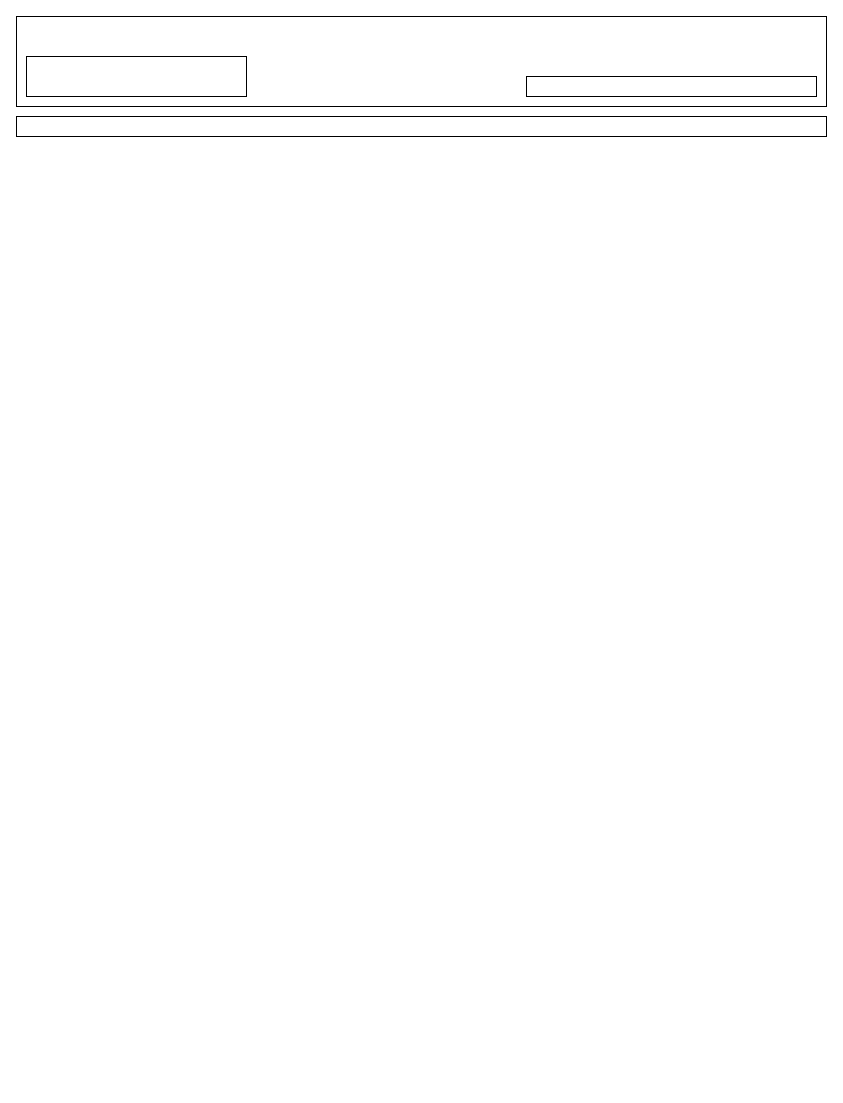
The draw.io diagram outline.drawio in brysgithub/project-portfolio-hw2, before the edit. Source tidied: cells renumbered, new cells numbered last; positions are measured from the earlier drawing's top-left corner, leaving out a move shared by most shapes. Both pictures are drawn from the tidied source at 100%, with x=0, y=0 at pixel (16, 16).
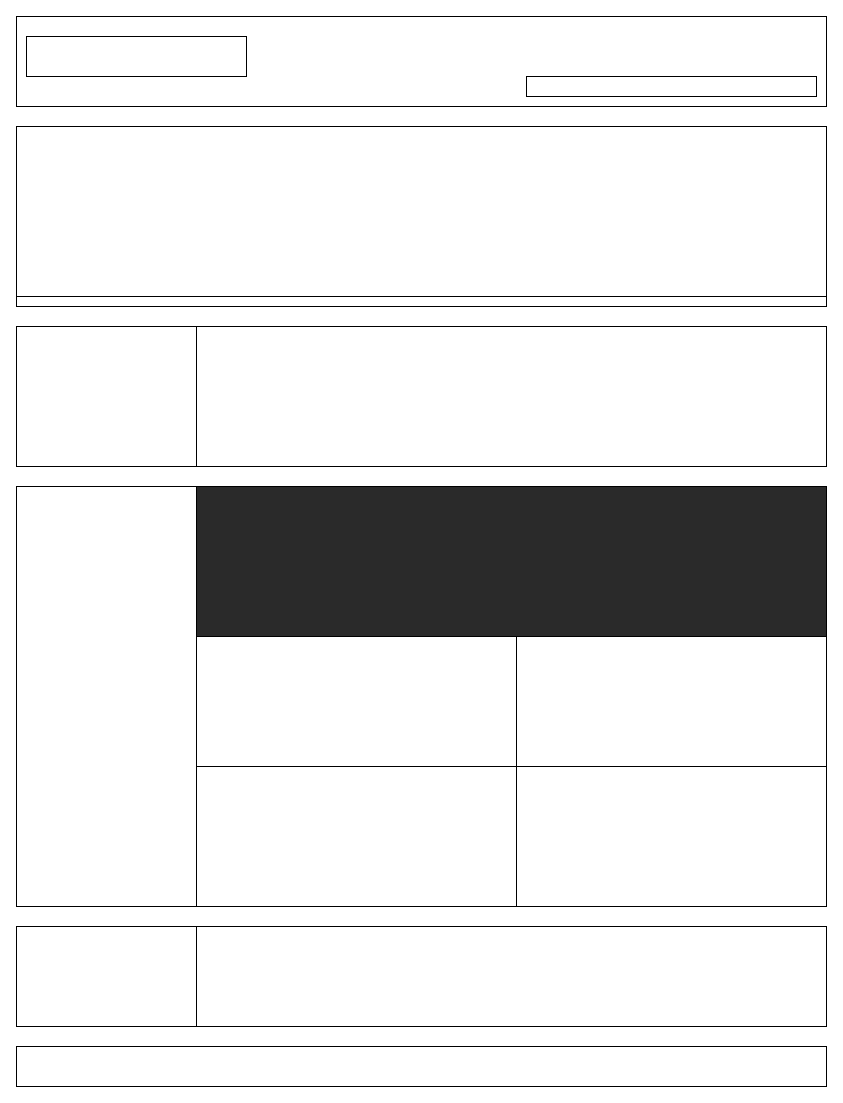
After the change.

The edit, as a diff of the source:
```diff
@@
 <mxGraphModel>
   <root>
     <mxCell id="0" />
     <mxCell id="1" parent="0" />
     <mxCell id="2" style="rounded=0;whiteSpace=wrap;html=1;" parent="1" vertex="1">
       <mxGeometry width="810" height="90" as="geometry" />
     </mxCell>
     <mxCell id="3" style="rounded=0;whiteSpace=wrap;html=1;" parent="1" vertex="1">
-      <mxGeometry x="10" y="40" width="220" height="40" as="geometry" />
+      <mxGeometry x="10" y="20" width="220" height="40" as="geometry" />
     </mxCell>
     <mxCell id="4" style="rounded=0;whiteSpace=wrap;html=1;" parent="1" vertex="1">
       <mxGeometry x="510" y="60" width="290" height="20" as="geometry" />
     </mxCell>
     <mxCell id="5" style="rounded=0;whiteSpace=wrap;html=1;" parent="1" vertex="1">
-      <mxGeometry y="100" width="810" height="20" as="geometry" />
+      <mxGeometry y="280" width="810" height="10" as="geometry" />
     </mxCell>
+    <mxCell id="6" style="rounded=0;whiteSpace=wrap;html=1;" parent="1" vertex="1">
+      <mxGeometry y="110" width="810" height="170" as="geometry" />
+    </mxCell>
+    <mxCell id="7" style="rounded=0;whiteSpace=wrap;html=1;" parent="1" vertex="1">
+      <mxGeometry y="310" width="180" height="140" as="geometry" />
+    </mxCell>
+    <mxCell id="8" style="rounded=0;whiteSpace=wrap;html=1;" parent="1" vertex="1">
+      <mxGeometry x="180" y="310" width="630" height="140" as="geometry" />
+    </mxCell>
+    <mxCell id="9" style="rounded=0;whiteSpace=wrap;html=1;" parent="1" vertex="1">
+      <mxGeometry y="470" width="180" height="420" as="geometry" />
+    </mxCell>
+    <mxCell id="10" style="rounded=0;whiteSpace=wrap;html=1;" parent="1" vertex="1">
+      <mxGeometry x="180" y="620" width="320" height="130" as="geometry" />
+    </mxCell>
+    <mxCell id="11" style="rounded=0;whiteSpace=wrap;html=1;" parent="1" vertex="1">
+      <mxGeometry x="500" y="620" width="310" height="130" as="geometry" />
+    </mxCell>
+    <mxCell id="12" style="rounded=0;whiteSpace=wrap;html=1;" parent="1" vertex="1">
+      <mxGeometry x="180" y="750" width="320" height="140" as="geometry" />
+    </mxCell>
+    <mxCell id="13" style="rounded=0;whiteSpace=wrap;html=1;" parent="1" vertex="1">
+      <mxGeometry x="500" y="750" width="310" height="140" as="geometry" />
+    </mxCell>
+    <mxCell id="14" style="rounded=0;whiteSpace=wrap;html=1;" parent="1" vertex="1">
+      <mxGeometry x="180" y="910" width="630" height="100" as="geometry" />
+    </mxCell>
+    <mxCell id="15" style="rounded=0;whiteSpace=wrap;html=1;" parent="1" vertex="1">
+      <mxGeometry y="910" width="180" height="100" as="geometry" />
+    </mxCell>
+    <mxCell id="16" style="rounded=0;whiteSpace=wrap;html=1;" parent="1" vertex="1">
+      <mxGeometry y="1030" width="810" height="40" as="geometry" />
+    </mxCell>
+    <mxCell id="17" style="rounded=0;whiteSpace=wrap;html=1;fillColor=#2a2a2a;gradientColor=none;" parent="1" vertex="1">
+      <mxGeometry x="180" y="470" width="630" height="150" as="geometry" />
+    </mxCell>
   </root>
 </mxGraphModel>
```
